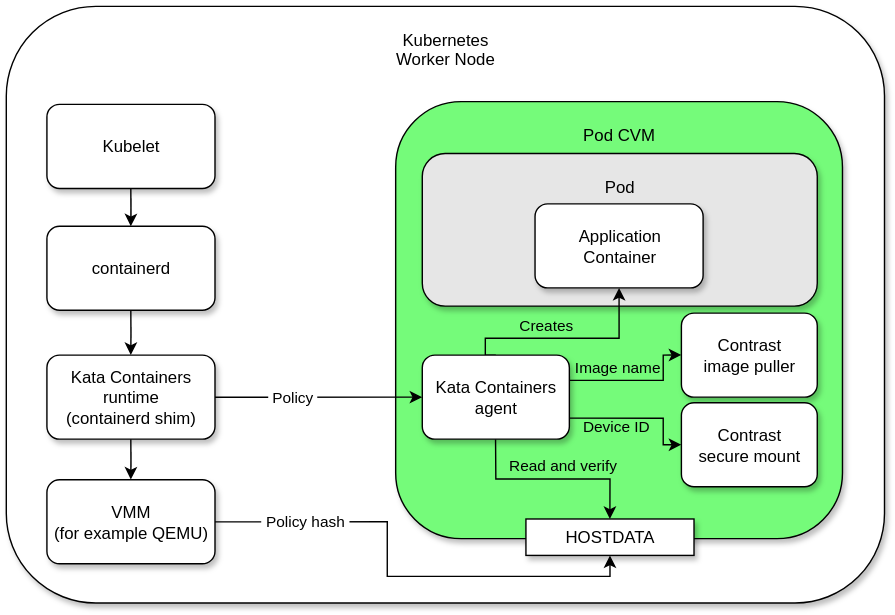
Earlier version of the draw.io export docs/docs/_media/runtime.drawio.svg (edgelesssys/contrast). Source tidied: cells renumbered, new cells last; positions are measured from the earlier drawing's top-left corner, leaving out a move shared by most shapes.
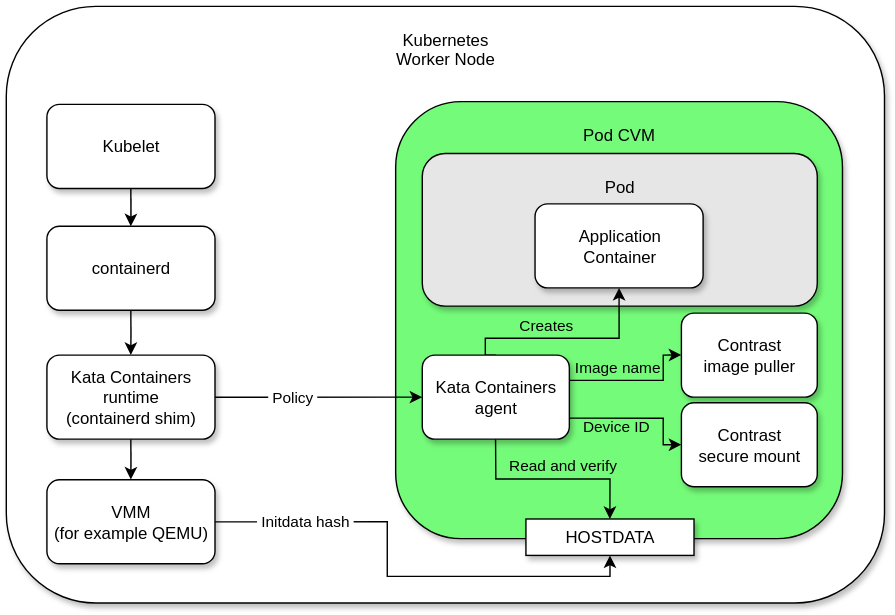
The same diagram one commit later.

Diff of the diagram source:
```diff
@@ -43,7 +43,7 @@
         </Array>
       </mxGeometry>
     </mxCell>
-    <mxCell id="13" value="&amp;nbsp;Policy hash&amp;nbsp;" style="edgeLabel;html=1;align=center;verticalAlign=middle;fixDash=0;" parent="12" vertex="1">
+    <mxCell id="13" value="&amp;nbsp;Initdata hash&amp;nbsp;" style="edgeLabel;html=1;align=center;verticalAlign=middle;fixDash=0;" parent="12" vertex="1">
       <mxGeometry x="-0.74" relative="1" as="geometry">
         <mxPoint x="21" as="offset" />
       </mxGeometry>
```
